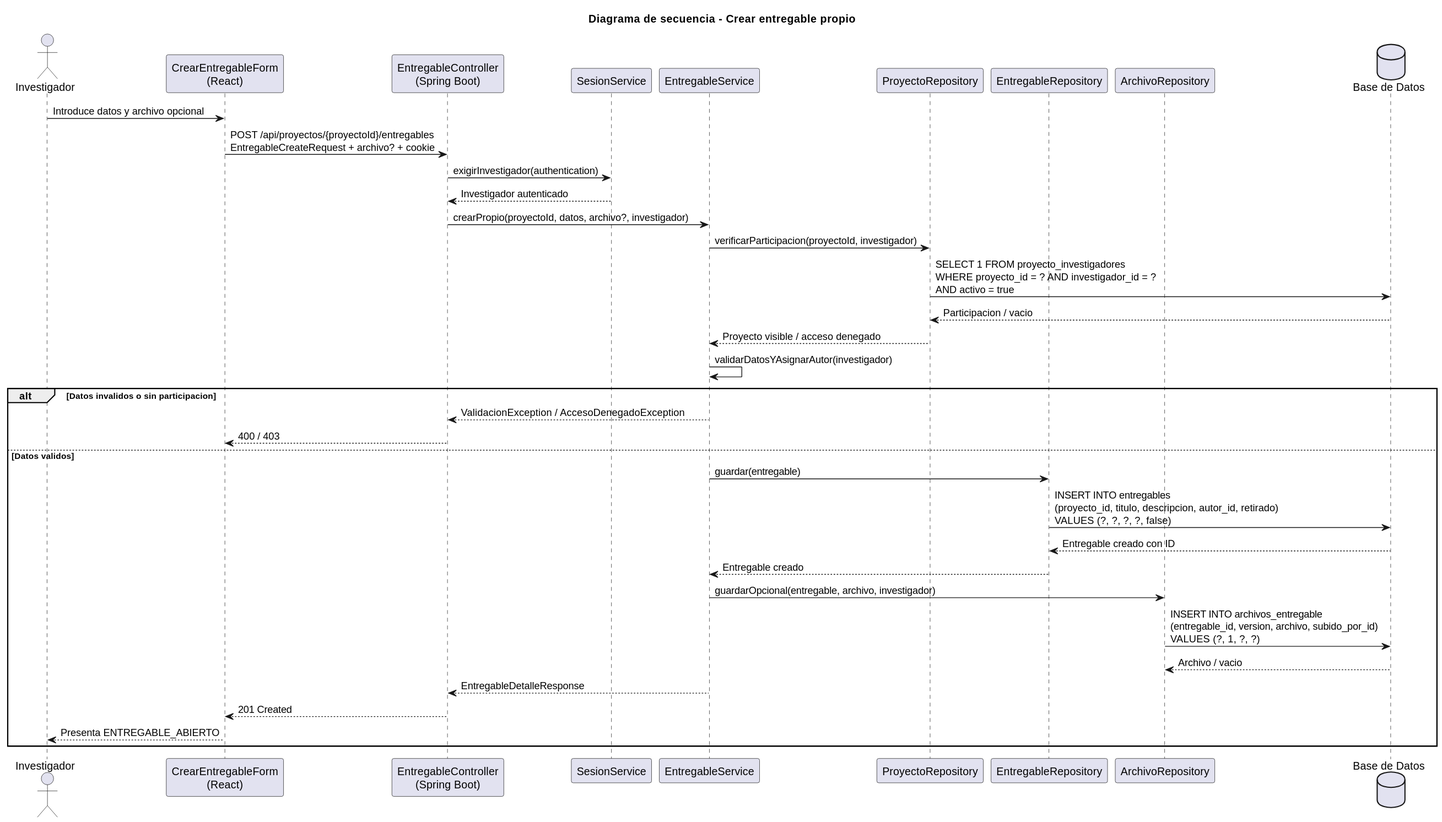
This is images/RUP/02-diseño/casos-uso/investigador/crearEntregable/secuencia.svg from beatriizorozco/25-26-idsw2-sdVC, a PlantUML export, as it was before one commit.
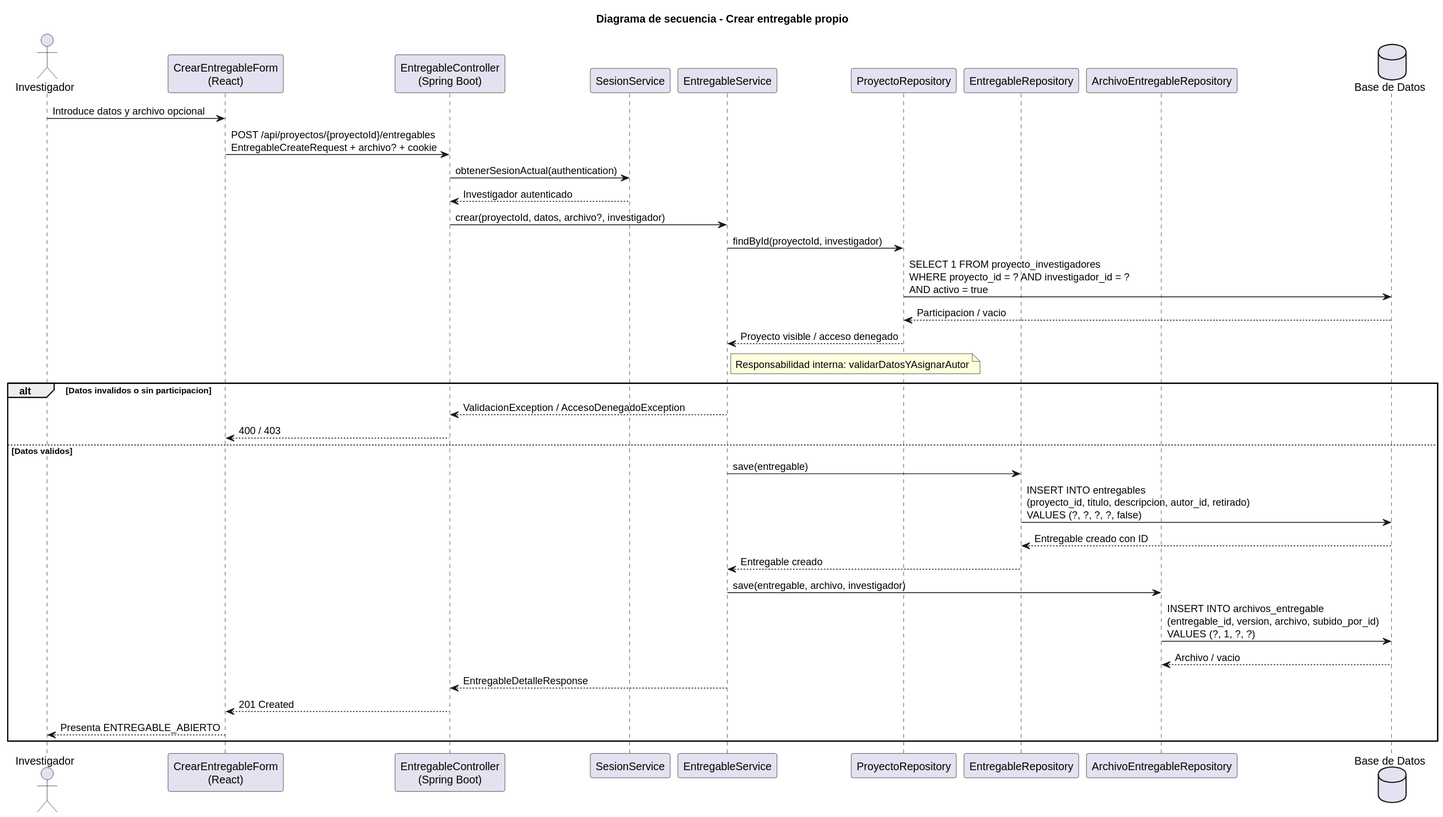
The same file after the commit.

Diff of the diagram source:
```diff
@@ -7,28 +7,28 @@
 participant "EntregableService" as Service
 participant "ProyectoRepository" as ProyectoRepo
 participant "EntregableRepository" as Repo
-participant "ArchivoRepository" as ArchivoRepo
+participant "ArchivoEntregableRepository" as ArchivoRepo
 database "Base de Datos" as DB
 
 Investigador -> Frontend: Introduce datos y archivo opcional
 Frontend -> Api: POST /api/proyectos/{proyectoId}/entregables\nEntregableCreateRequest + archivo? + cookie
-Api -> Sesion: exigirInvestigador(authentication)
+Api -> Sesion: obtenerSesionActual(authentication)
 Sesion --> Api: Investigador autenticado
-Api -> Service: crearPropio(proyectoId, datos, archivo?, investigador)
-Service -> ProyectoRepo: verificarParticipacion(proyectoId, investigador)
+Api -> Service: crear(proyectoId, datos, archivo?, investigador)
+Service -> ProyectoRepo: findById(proyectoId, investigador)
 ProyectoRepo -> DB: SELECT 1 FROM proyecto_investigadores\nWHERE proyecto_id = ? AND investigador_id = ?\nAND activo = true
 DB --> ProyectoRepo: Participacion / vacio
 ProyectoRepo --> Service: Proyecto visible / acceso denegado
-Service -> Service: validarDatosYAsignarAutor(investigador)
+note right of Service: Responsabilidad interna: validarDatosYAsignarAutor
 alt Datos invalidos o sin participacion
   Service --> Api: ValidacionException / AccesoDenegadoException
   Api --> Frontend: 400 / 403
 else Datos validos
-  Service -> Repo: guardar(entregable)
+  Service -> Repo: save(entregable)
   Repo -> DB: INSERT INTO entregables\n(proyecto_id, titulo, descripcion, autor_id, retirado)\nVALUES (?, ?, ?, ?, false)
   DB --> Repo: Entregable creado con ID
   Repo --> Service: Entregable creado
-  Service -> ArchivoRepo: guardarOpcional(entregable, archivo, investigador)
+  Service -> ArchivoRepo: save(entregable, archivo, investigador)
   ArchivoRepo -> DB: INSERT INTO archivos_entregable\n(entregable_id, version, archivo, subido_por_id)\nVALUES (?, 1, ?, ?)
   DB --> ArchivoRepo: Archivo / vacio
   Service --> Api: EntregableDetalleResponse
```
